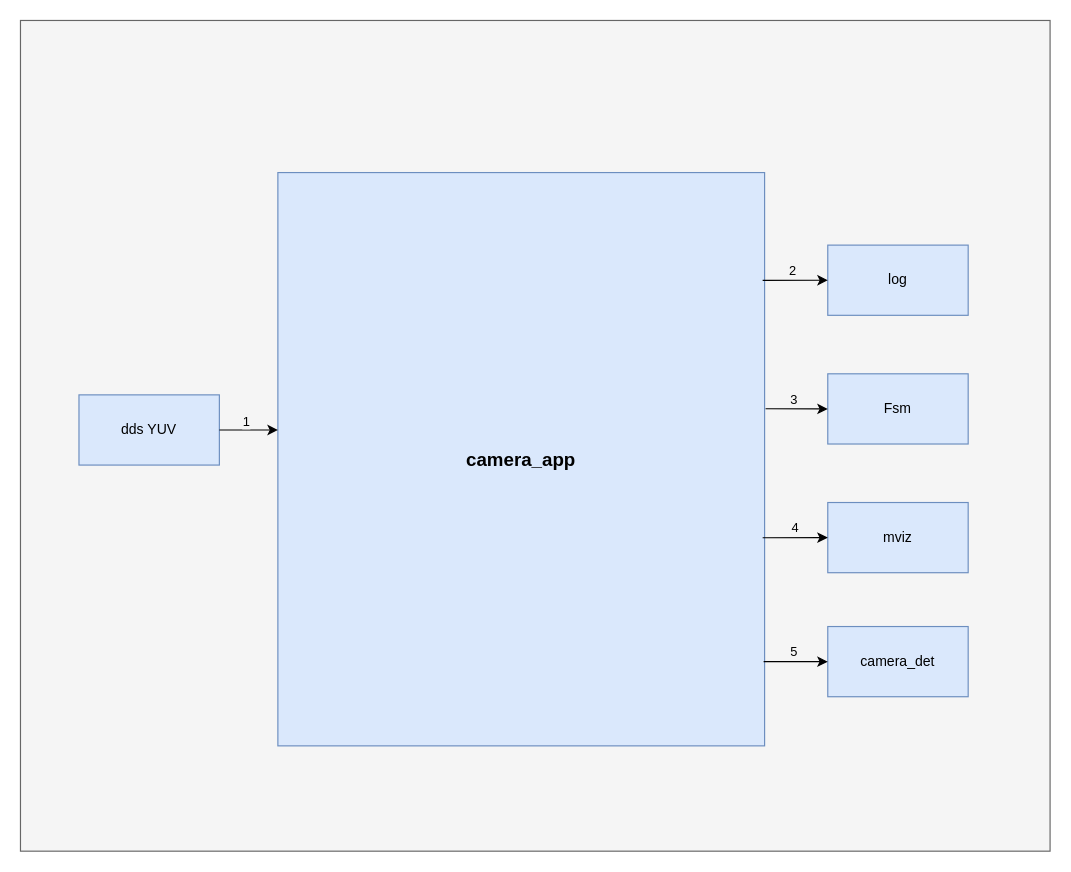
Above: camera_app输入输出图.drawio in xiaoleli/diagrams (draw.io), before the change. Source tidied: cells renumbered, new cells numbered last; positions are measured from the earlier drawing's top-left corner, leaving out a move shared by most shapes. Both pictures are drawn from the tidied source at 117%, with x=0, y=0 at pixel (20, 20).
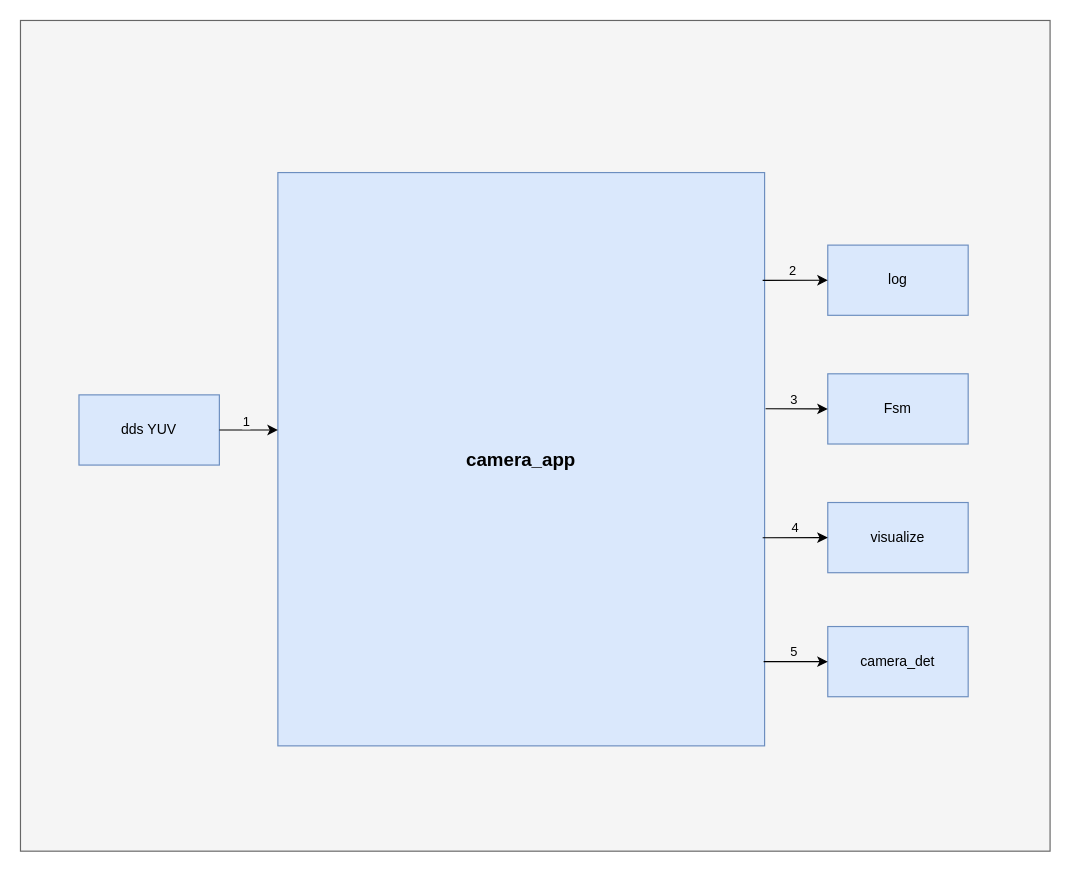
The same diagram, later.

Commit message (it also covers changes not shown here):
更新camera_app输入输出图.drawio

What changed in the source:
```diff
@@
-    <mxCell id="7" value="mviz" style="rounded=0;whiteSpace=wrap;html=1;fillColor=#dae8fc;strokeColor=#6c8ebf;" parent="1" vertex="1">
+    <mxCell id="7" value="visualize" style="rounded=0;whiteSpace=wrap;html=1;fillColor=#dae8fc;strokeColor=#6c8ebf;" parent="1" vertex="1">
       <mxGeometry x="690" y="412" width="120" height="60" as="geometry" />
     </mxCell>
```
